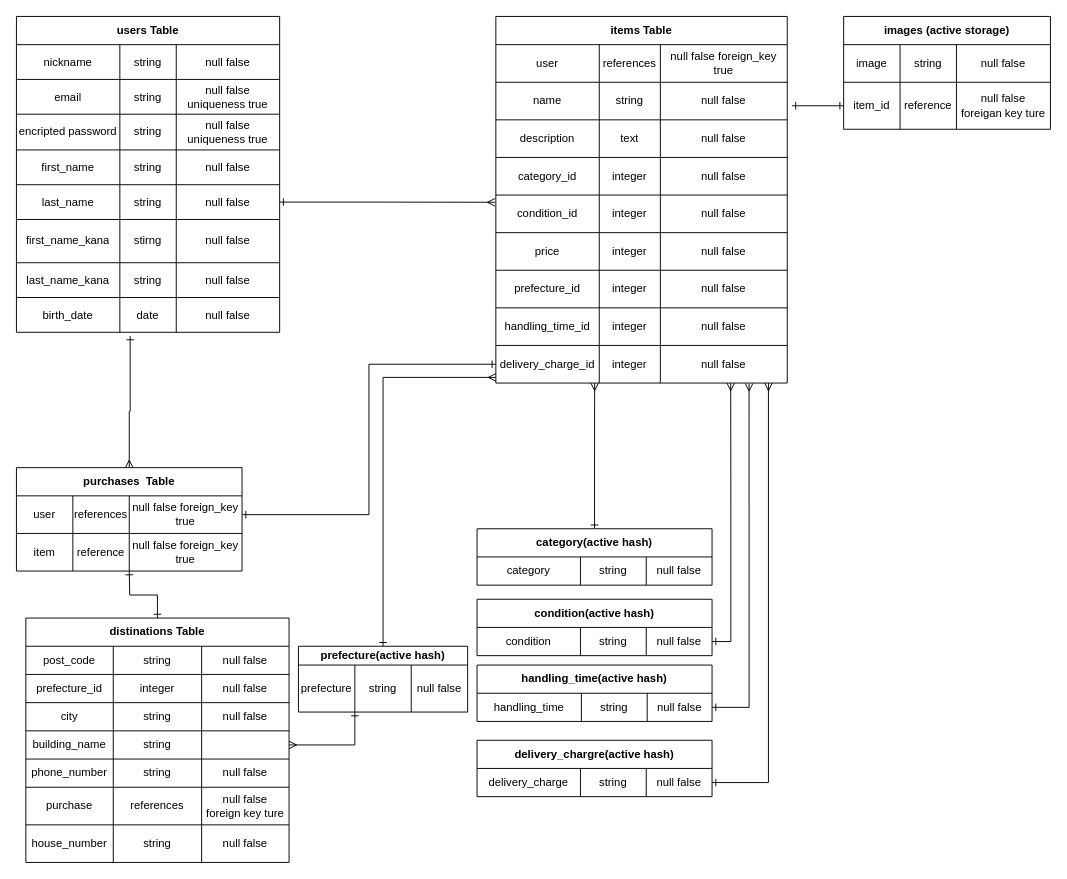
sebadohb/furima-20604 keeps this draw.io diagram as frima.dio. Above is the earlier version. Source tidied: cells renumbered, new cells numbered last; positions are measured from the earlier drawing's top-left corner, leaving out a move shared by most shapes. Both pictures are drawn from the tidied source at 94%, with x=0, y=0 at pixel (16, 16).
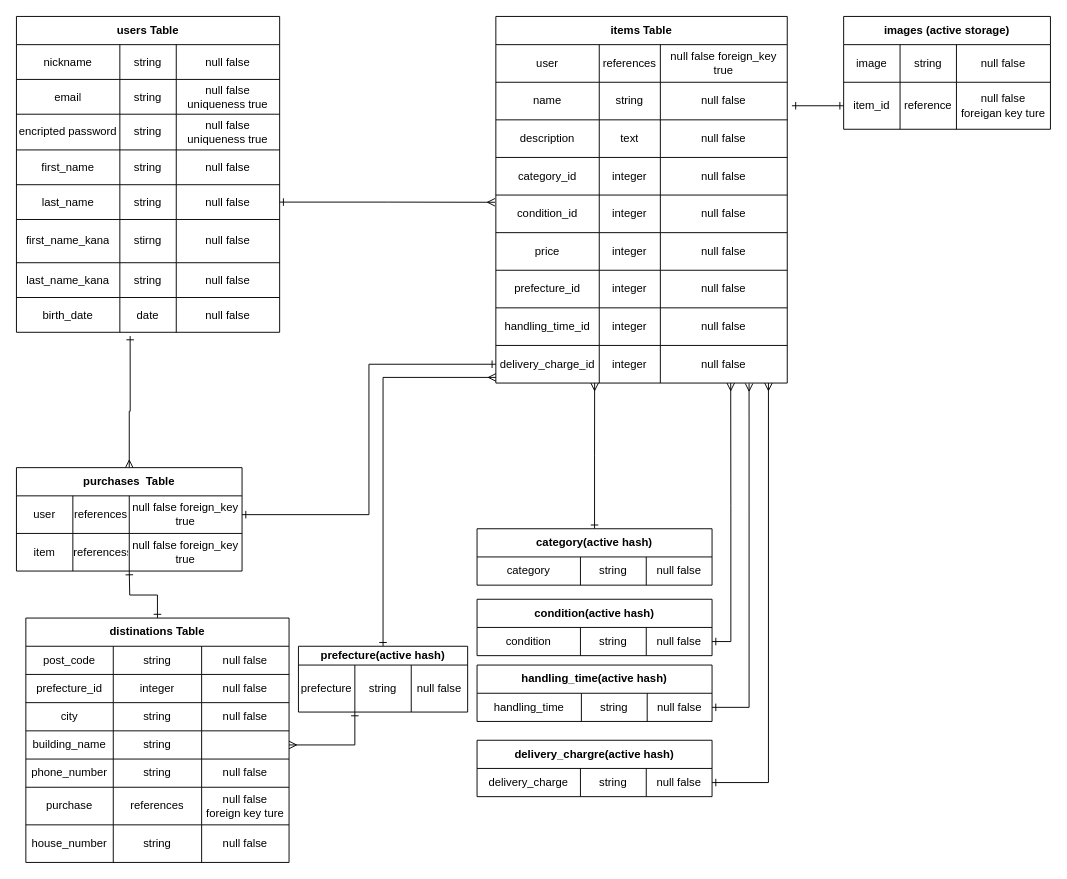
The same diagram, later.

The change refers to these unchanged cells:
```xml
<mxCell id="138" style="shape=partialRectangle;html=1;whiteSpace=wrap;fillColor=none;top=0;left=0;bottom=0;right=0;" parent="133" vertex="1">
  <mxGeometry y="70" width="240" height="40" as="geometry" />
</mxCell>
```

Diff of the diagram source:
```diff
@@
-    <mxCell id="140" value="&lt;span&gt;reference&lt;/span&gt;" style="shape=partialRectangle;html=1;whiteSpace=wrap;fillColor=none;top=0;left=0;bottom=0;right=0;overflow=hidden;" parent="138" vertex="1">
+    <mxCell id="140" value="&lt;span&gt;referencess&lt;/span&gt;" style="shape=partialRectangle;html=1;whiteSpace=wrap;fillColor=none;top=0;left=0;bottom=0;right=0;overflow=hidden;" parent="138" vertex="1">
       <mxGeometry x="60" width="60" height="40" as="geometry" />
     </mxCell>
```
